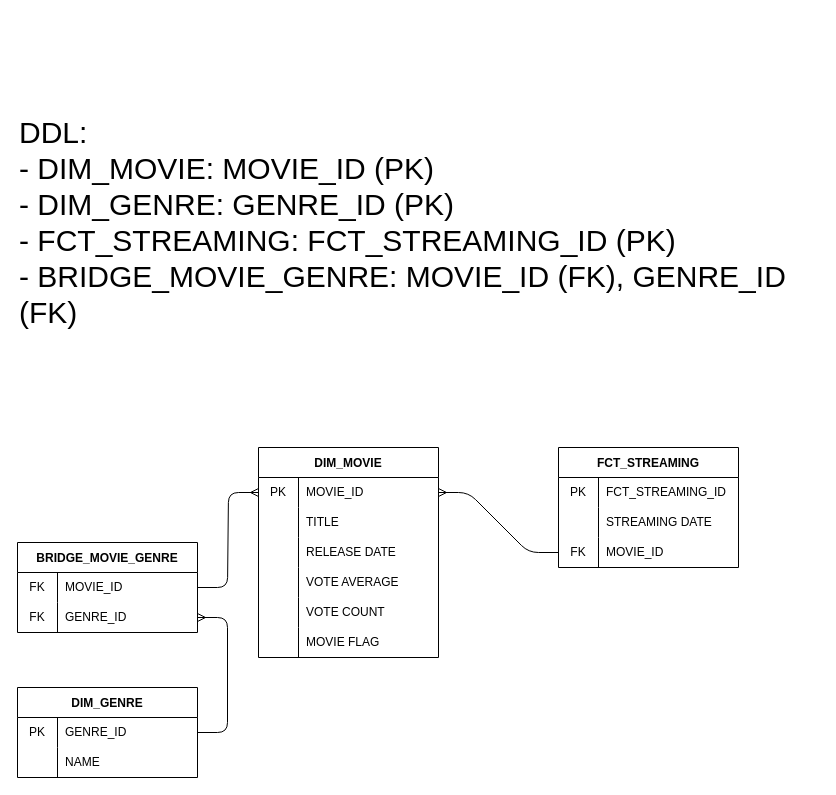
fabioba/netflix-analytics keeps this draw.io diagram as documentation/physical_model.drawio. Above is the earlier version. Source tidied: cells renumbered, new cells numbered last; positions are measured from the earlier drawing's top-left corner, leaving out a move shared by most shapes. Both pictures are drawn from the tidied source at 100%, with x=0, y=0 at pixel (17, 17).
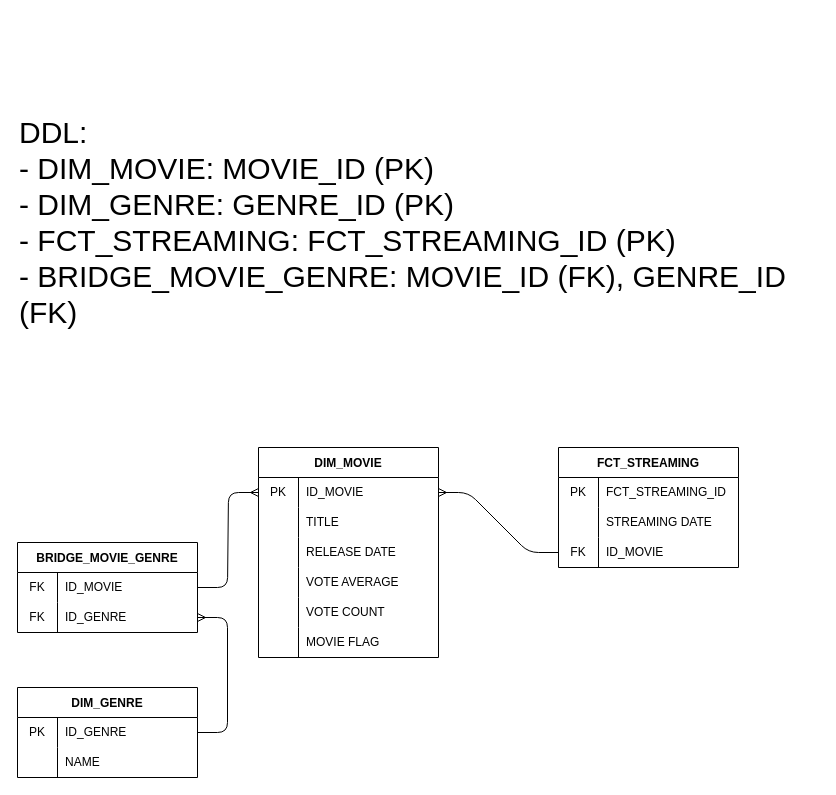
The same diagram, later.

Commit message (it also covers changes not shown here):
feat: :zap: add dim_genre, bridge_movie_genre, fct_streaming

Unchanged cells that the change refers to:
```xml
<mxCell id="10" style="shape=tableRow;horizontal=0;startSize=0;swimlaneHead=0;swimlaneBody=0;top=0;left=0;bottom=0;right=0;fillColor=none;points=[[0,0.5],[1,0.5]];portConstraint=eastwest;" parent="3" vertex="1">
  <mxGeometry y="90" width="180" height="30" as="geometry" />
</mxCell>
<mxCell id="14" style="shape=tableRow;horizontal=0;startSize=0;swimlaneHead=0;swimlaneBody=0;top=0;left=0;bottom=0;right=0;fillColor=none;" parent="13" vertex="1">
  <mxGeometry y="30" width="180" height="30" as="geometry" />
</mxCell>
<mxCell id="23" style="shape=tableRow;horizontal=0;startSize=0;swimlaneHead=0;swimlaneBody=0;top=0;left=0;bottom=0;right=0;fillColor=none;points=[[0,0.5],[1,0.5]];portConstraint=eastwest;" parent="22" vertex="1">
  <mxGeometry y="30" width="180" height="30" as="geometry" />
</mxCell>
<mxCell id="42" style="shape=tableRow;horizontal=0;startSize=0;swimlaneHead=0;swimlaneBody=0;top=0;left=0;bottom=0;right=0;fillColor=none;points=[[0,0.5],[1,0.5]];portConstraint=eastwest;" parent="41" vertex="1">
  <mxGeometry y="30" width="180" height="30" as="geometry" />
</mxCell>
<mxCell id="45" style="shape=tableRow;horizontal=0;startSize=0;swimlaneHead=0;swimlaneBody=0;top=0;left=0;bottom=0;right=0;fillColor=none;points=[[0,0.5],[1,0.5]];portConstraint=eastwest;" parent="41" vertex="1">
  <mxGeometry y="60" width="180" height="30" as="geometry" />
</mxCell>
```

What changed in the source:
```diff
@@
-    <mxCell id="12" value="MOVIE_ID" style="shape=partialRectangle;html=1;whiteSpace=wrap;fillColor=none;top=0;left=0;bottom=0;right=0;align=left;spacingLeft=6;overflow=hidden;" parent="10" vertex="1">
+    <mxCell id="12" value="ID_MOVIE" style="shape=partialRectangle;html=1;whiteSpace=wrap;fillColor=none;top=0;left=0;bottom=0;right=0;align=left;spacingLeft=6;overflow=hidden;" parent="10" vertex="1">
       <mxGeometry x="40" width="140" height="30" as="geometry" />
     </mxCell>
@@
-    <mxCell id="16" value="GENRE_ID" style="shape=partialRectangle;html=1;whiteSpace=wrap;fillColor=none;top=0;left=0;bottom=0;right=0;align=left;spacingLeft=6;overflow=hidden;" parent="14" vertex="1">
+    <mxCell id="16" value="ID_GENRE" style="shape=partialRectangle;html=1;whiteSpace=wrap;fillColor=none;top=0;left=0;bottom=0;right=0;align=left;spacingLeft=6;overflow=hidden;" parent="14" vertex="1">
       <mxGeometry x="40" width="140" height="30" as="geometry" />
     </mxCell>
@@
-    <mxCell id="25" value="MOVIE_ID" style="shape=partialRectangle;html=1;whiteSpace=wrap;fillColor=none;top=0;left=0;bottom=0;right=0;align=left;spacingLeft=6;overflow=hidden;" parent="23" vertex="1">
+    <mxCell id="25" value="ID_MOVIE" style="shape=partialRectangle;html=1;whiteSpace=wrap;fillColor=none;top=0;left=0;bottom=0;right=0;align=left;spacingLeft=6;overflow=hidden;" parent="23" vertex="1">
       <mxGeometry x="40" width="140" height="30" as="geometry" />
     </mxCell>
@@
-    <mxCell id="44" value="MOVIE_ID" style="shape=partialRectangle;html=1;whiteSpace=wrap;fillColor=none;top=0;left=0;bottom=0;right=0;align=left;spacingLeft=6;overflow=hidden;" parent="42" vertex="1">
+    <mxCell id="44" value="ID_MOVIE" style="shape=partialRectangle;html=1;whiteSpace=wrap;fillColor=none;top=0;left=0;bottom=0;right=0;align=left;spacingLeft=6;overflow=hidden;" parent="42" vertex="1">
       <mxGeometry x="40" width="140" height="30" as="geometry" />
     </mxCell>
@@
-    <mxCell id="47" value="GENRE_ID" style="shape=partialRectangle;html=1;whiteSpace=wrap;fillColor=none;top=0;left=0;bottom=0;right=0;align=left;spacingLeft=6;overflow=hidden;" parent="45" vertex="1">
+    <mxCell id="47" value="ID_GENRE" style="shape=partialRectangle;html=1;whiteSpace=wrap;fillColor=none;top=0;left=0;bottom=0;right=0;align=left;spacingLeft=6;overflow=hidden;" parent="45" vertex="1">
       <mxGeometry x="40" width="140" height="30" as="geometry" />
     </mxCell>
```
